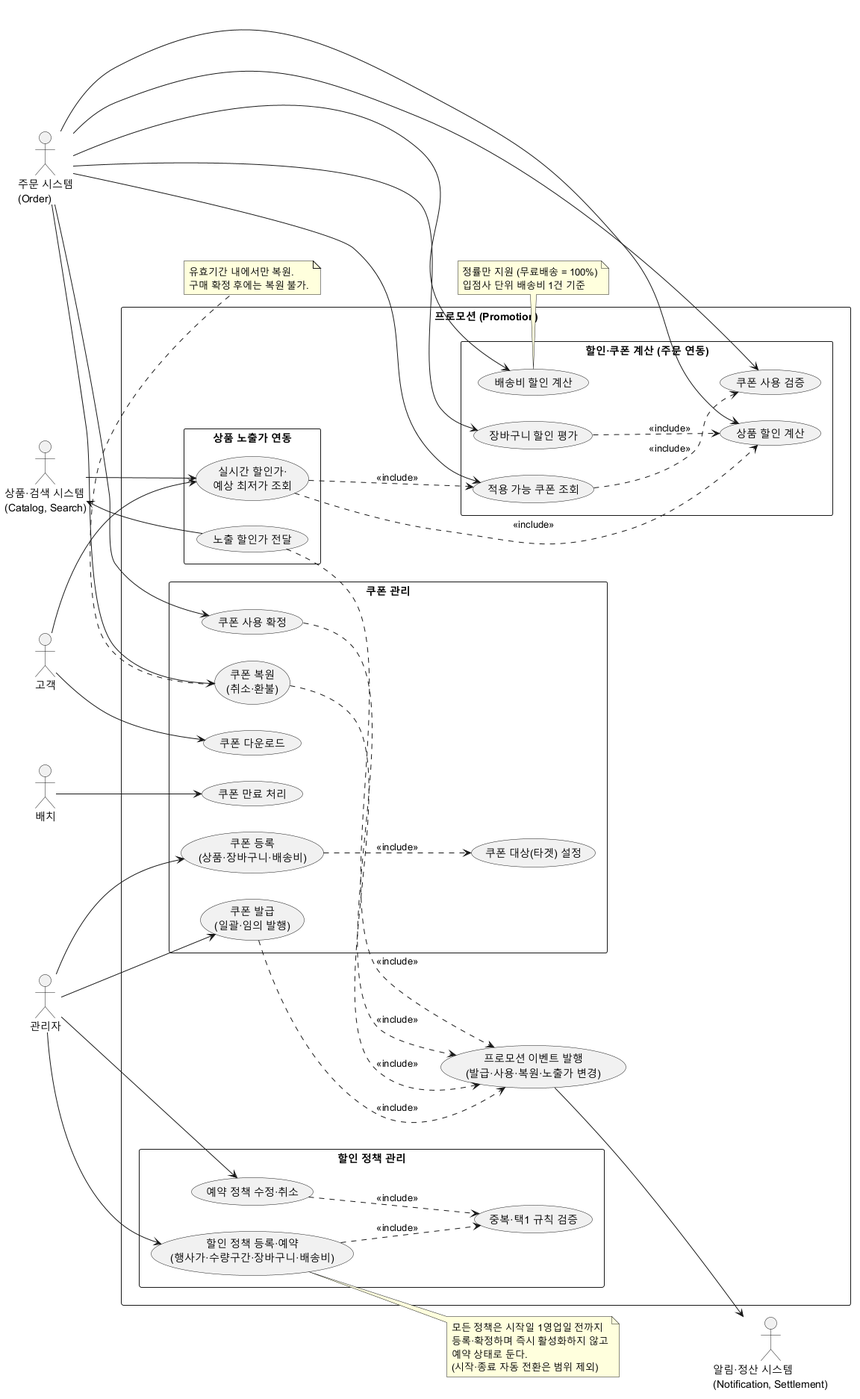
Above: specs/001-promotion/usecase-diagram.png in parknahyun/runNShop (PlantUML), before the change. Source of this version:
```plantuml
@startuml
left to right direction
skinparam backgroundColor transparent
skinparam packageStyle rectangle

actor "관리자" as Admin
actor "고객" as Customer
actor "주문 시스템\n(Order)" as Order
actor "상품·검색 시스템\n(Catalog, Search)" as Catalog
actor "배치" as Batch
actor "알림·정산 시스템\n(Notification, Settlement)" as Consumer

rectangle "프로모션 (Promotion)" {

  package "쿠폰 관리" {
    usecase "쿠폰 등록\n(상품·장바구니·배송비)" as UC01
    usecase "쿠폰 대상(타겟) 설정" as UC02
    usecase "쿠폰 발급\n(일괄·임의 발행)" as UC03
    usecase "쿠폰 다운로드" as UC04
    usecase "쿠폰 만료 처리" as UC05
    usecase "쿠폰 사용 확정" as UC06
    usecase "쿠폰 복원\n(취소·환불)" as UC07
  }

  package "할인 정책 관리" {
    usecase "할인 정책 등록·예약\n(행사가·수량구간·장바구니·배송비)" as UC10
    usecase "예약 정책 수정·취소" as UC11
    usecase "중복·택1 규칙 검증" as UC12
  }

  package "할인·쿠폰 계산 (주문 연동)" {
    usecase "상품 할인 계산" as UC20
    usecase "장바구니 할인 평가" as UC21
    usecase "배송비 할인 계산" as UC22
    usecase "적용 가능 쿠폰 조회" as UC23
    usecase "쿠폰 사용 검증" as UC24
  }

  package "상품 노출가 연동" {
    usecase "노출 할인가 전달" as UC30
    usecase "실시간 할인가·\n예상 최저가 조회" as UC31
  }

  usecase "프로모션 이벤트 발행\n(발급·사용·복원·노출가 변경)" as UC40
}

Admin --> UC01
Admin --> UC03
Admin --> UC10
Admin --> UC11

Customer --> UC04
Customer --> UC31

Order --> UC20
Order --> UC21
Order --> UC22
Order --> UC23
Order --> UC24
Order --> UC06
Order --> UC07

Catalog --> UC31
UC30 --> Catalog

Batch --> UC05

UC40 --> Consumer

UC01 ..> UC02 : <<include>>
UC10 ..> UC12 : <<include>>
UC11 ..> UC12 : <<include>>
UC23 ..> UC24 : <<include>>
UC21 ..> UC20 : <<include>>
UC03 ..> UC40 : <<include>>
UC06 ..> UC40 : <<include>>
UC07 ..> UC40 : <<include>>
UC30 ..> UC40 : <<include>>
UC31 ..> UC20 : <<include>>
UC31 ..> UC23 : <<include>>

note right of UC10
  모든 정책은 시작일 1영업일 전까지
  등록·확정하며 즉시 활성화하지 않고
  예약 상태로 둔다.
  (시작·종료 자동 전환은 범위 제외)
end note

note bottom of UC22
  정률만 지원 (무료배송 = 100%)
  입점사 단위 배송비 1건 기준
end note

note bottom of UC07
  유효기간 내에서만 복원.
  구매 확정 후에는 복원 불가.
end note
@enduml
```
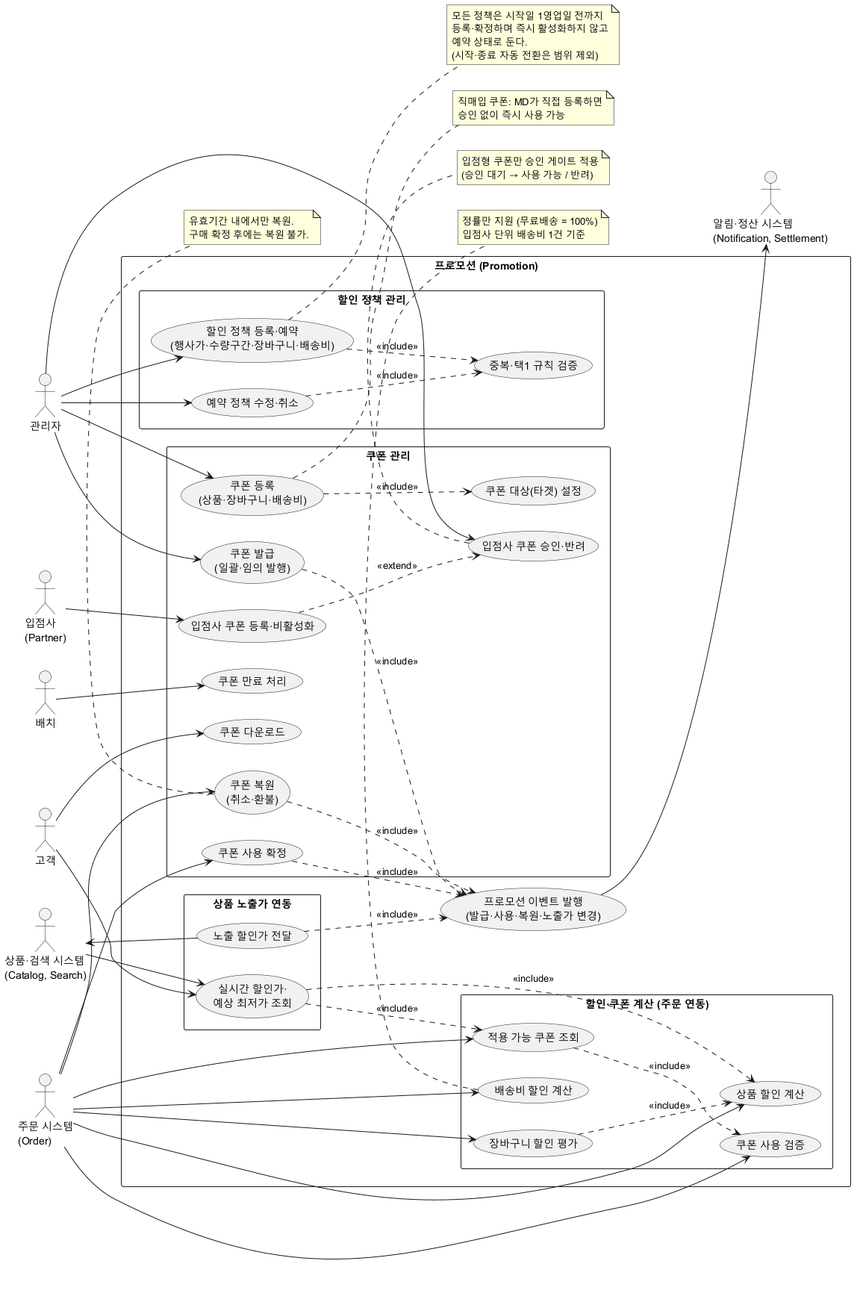
The same file after the commit.

What changed in the source:
```diff
@@ -7,6 +7,7 @@
 actor "고객" as Customer
 actor "주문 시스템\n(Order)" as Order
 actor "상품·검색 시스템\n(Catalog, Search)" as Catalog
+actor "입점사\n(Partner)" as Partner
 actor "배치" as Batch
 actor "알림·정산 시스템\n(Notification, Settlement)" as Consumer
 
@@ -20,6 +21,8 @@
     usecase "쿠폰 만료 처리" as UC05
     usecase "쿠폰 사용 확정" as UC06
     usecase "쿠폰 복원\n(취소·환불)" as UC07
+    usecase "입점사 쿠폰 등록·비활성화" as UC08
+    usecase "입점사 쿠폰 승인·반려" as UC09
   }
 
   package "할인 정책 관리" {
@@ -48,6 +51,9 @@
 Admin --> UC03
 Admin --> UC10
 Admin --> UC11
+Admin --> UC09
+
+Partner --> UC08
 
 Customer --> UC04
 Customer --> UC31
@@ -68,6 +74,7 @@
 UC40 --> Consumer
 
 UC01 ..> UC02 : <<include>>
+UC08 ..> UC09 : <<extend>>
 UC10 ..> UC12 : <<include>>
 UC11 ..> UC12 : <<include>>
 UC23 ..> UC24 : <<include>>
@@ -91,6 +98,16 @@
   입점사 단위 배송비 1건 기준
 end note
 
+note right of UC01
+  직매입 쿠폰: MD가 직접 등록하면
+  승인 없이 즉시 사용 가능
+end note
+
+note bottom of UC09
+  입점형 쿠폰만 승인 게이트 적용
+  (승인 대기 → 사용 가능 / 반려)
+end note
+
 note bottom of UC07
   유효기간 내에서만 복원.
   구매 확정 후에는 복원 불가.
```
